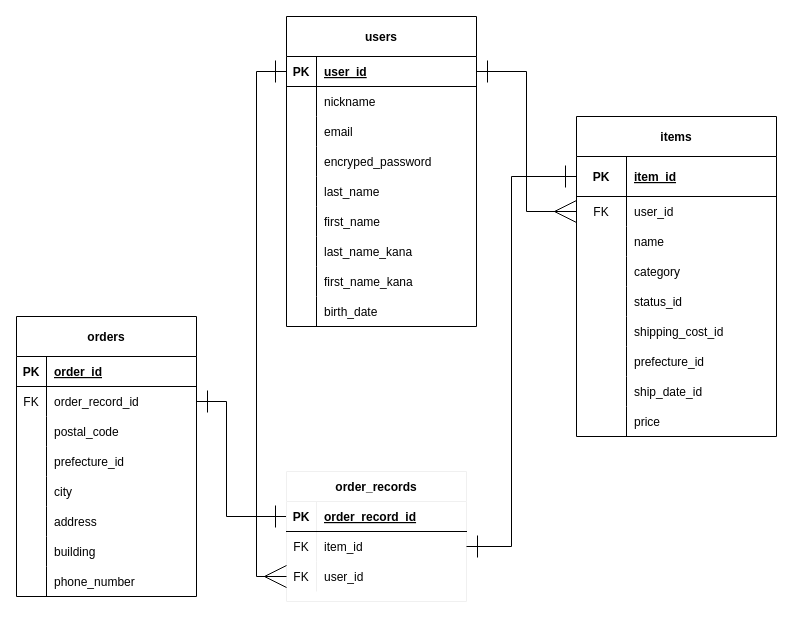
Before: page "ER図" (1 of 2) of furima-35013.dio in LIFE-enjoy/furima-35013, a draw.io diagram. Source tidied: cells renumbered, new cells numbered last; positions are measured from the earlier drawing's top-left corner, leaving out a move shared by most shapes. Both pictures are drawn from the tidied source at 100%, with x=0, y=0 at pixel (16, 16).
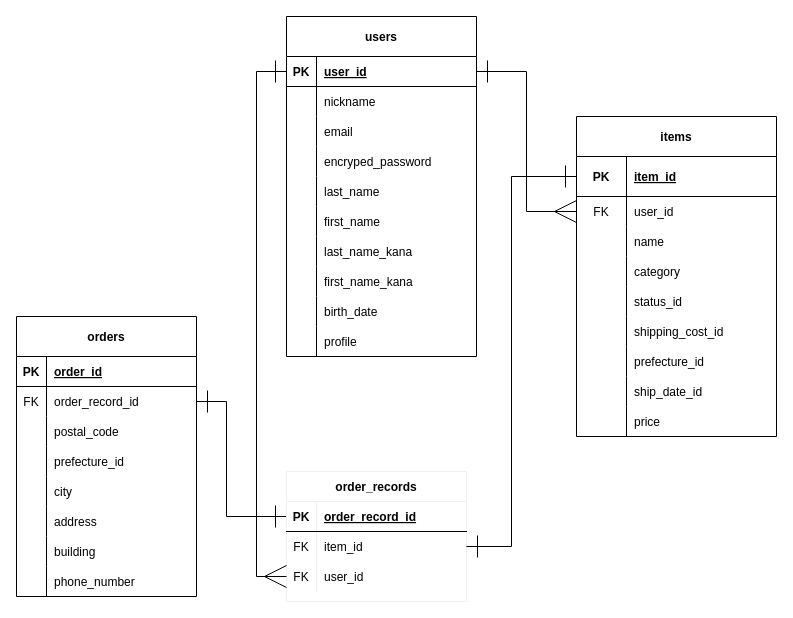
After the change.

The edit, as a diff of the source:
```diff
@@
     <mxCell id="2" value="users" style="shape=table;startSize=40;childLayout=tableLayout;rowLines=0;fontStyle=1;align=center;" parent="1" vertex="1">
-      <mxGeometry x="270" width="190" height="310" as="geometry" />
+      <mxGeometry x="270" width="190" height="340" as="geometry" />
     </mxCell>
@@
+    <mxCell id="97" style="shape=partialRectangle;fillColor=none;top=0;left=0;bottom=0;right=0;" parent="2" vertex="1">
+      <mxGeometry y="310" width="190" height="30" as="geometry" />
+    </mxCell>
+    <mxCell id="98" style="shape=partialRectangle;fillColor=none;top=0;left=0;bottom=0;right=0;overflow=hidden;" parent="97" vertex="1">
+      <mxGeometry width="30" height="30" as="geometry" />
+    </mxCell>
+    <mxCell id="99" value="profile" style="shape=partialRectangle;fillColor=none;top=0;left=0;bottom=0;right=0;align=left;spacingLeft=6;overflow=hidden;" parent="97" vertex="1">
+      <mxGeometry x="30" width="160" height="30" as="geometry" />
+    </mxCell>
```
